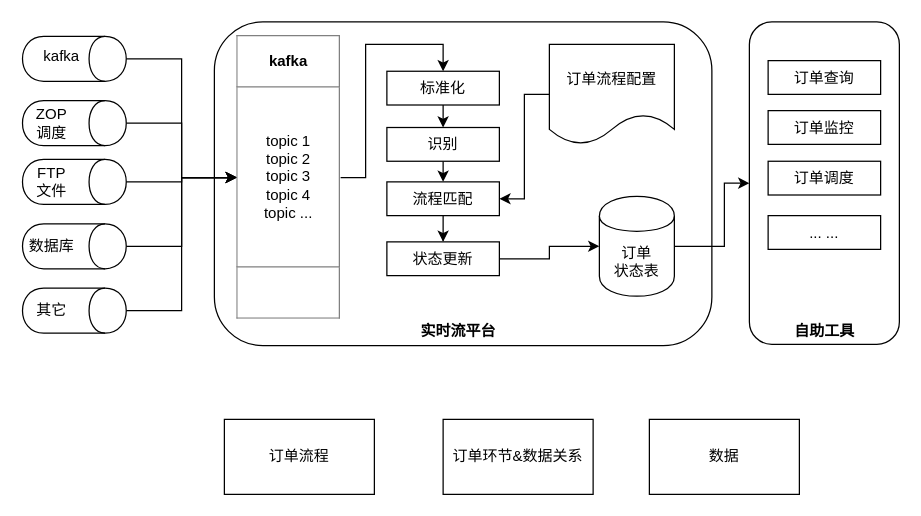
Before: 订单流程处理.drawio in fengjj/webmarket0.1, a draw.io diagram. Source tidied: cells renumbered, new cells numbered last; positions are measured from the earlier drawing's top-left corner, leaving out a move shared by most shapes. Both pictures are drawn from the tidied source at 125%, with x=0, y=0 at pixel (26, 6).
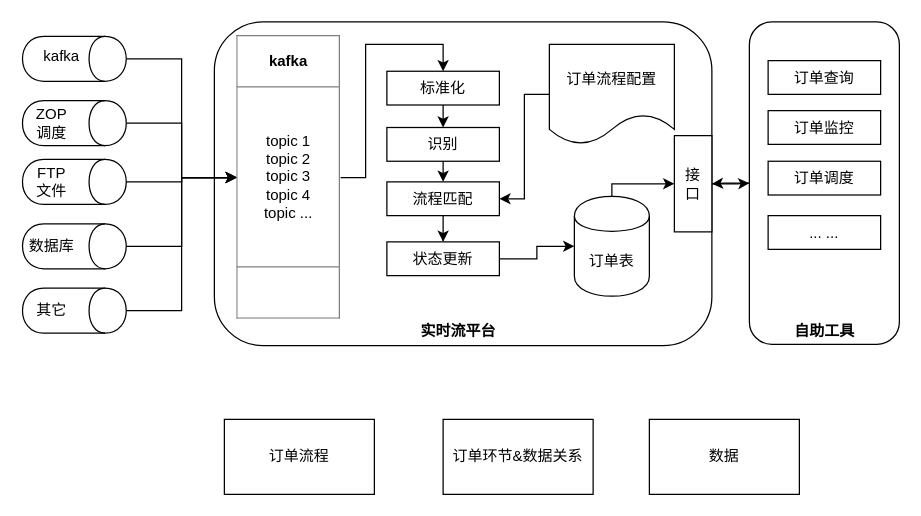
Above is the later version.

Commit message (it also covers changes not shown here):
更新订单流程处理.drawio

The change refers to these unchanged cells:
```xml
<mxCell id="2" style="rounded=1;whiteSpace=wrap;html=1;" parent="1" vertex="1">
  <mxGeometry x="150" y="12" width="398" height="259" as="geometry" />
</mxCell>
<mxCell id="34" style="rounded=1;whiteSpace=wrap;html=1;" parent="1" vertex="1">
  <mxGeometry x="578" y="12" width="120" height="258" as="geometry" />
</mxCell>
```

The edit, as a diff of the source:
```diff
@@
+    <mxCell id="42" style="edgeStyle=orthogonalEdgeStyle;rounded=0;jettySize=auto;html=1;exitX=1;exitY=0.5;exitDx=0;exitDy=0;" parent="1" edge="1" source="2" target="34">
+      <mxGeometry relative="1" as="geometry" />
+    </mxCell>
@@
-    <mxCell id="20" style="edgeStyle=orthogonalEdgeStyle;rounded=0;jettySize=auto;html=1;exitX=1;exitY=0.5;exitDx=0;exitDy=0;entryX=0;entryY=0.5;entryDx=0;entryDy=0;" parent="1" edge="1" source="21" target="34">
-      <mxGeometry relative="1" as="geometry">
-        <Array as="points">
-          <mxPoint x="558" y="192" />
-          <mxPoint x="558" y="141" />
-        </Array>
-      </mxGeometry>
-    </mxCell>
+    <mxCell id="43" style="edgeStyle=orthogonalEdgeStyle;rounded=0;jettySize=auto;html=1;exitX=0.5;exitY=0;exitDx=0;exitDy=0;entryX=0;entryY=0.5;entryDx=0;entryDy=0;" parent="1" edge="1" source="21" target="45">
+      <mxGeometry relative="1" as="geometry">
+        <Array as="points">
+          <mxPoint x="468" y="142" />
+        </Array>
+      </mxGeometry>
+    </mxCell>
-    <mxCell id="21" value="订单&lt;br&gt;状态表&lt;br&gt;" style="shape=cylinder;whiteSpace=wrap;html=1;boundedLbl=1;backgroundOutline=1;" parent="1" vertex="1">
-      <mxGeometry x="458" y="151.5" width="60" height="80" as="geometry" />
+    <mxCell id="21" value="订单表" style="shape=cylinder;whiteSpace=wrap;html=1;boundedLbl=1;backgroundOutline=1;" parent="1" vertex="1">
+      <mxGeometry x="438" y="151.5" width="60" height="80" as="geometry" />
     </mxCell>
@@
+    <mxCell id="44" style="edgeStyle=orthogonalEdgeStyle;rounded=0;jettySize=auto;html=1;exitX=0;exitY=0.5;exitDx=0;exitDy=0;" parent="1" edge="1" source="34" target="2">
+      <mxGeometry relative="1" as="geometry" />
+    </mxCell>
@@
+    <mxCell id="45" value="接&lt;br&gt;口" style="rounded=0;whiteSpace=wrap;html=1;" parent="1" vertex="1">
+      <mxGeometry x="518" y="103" width="30" height="77" as="geometry" />
+    </mxCell>
```
